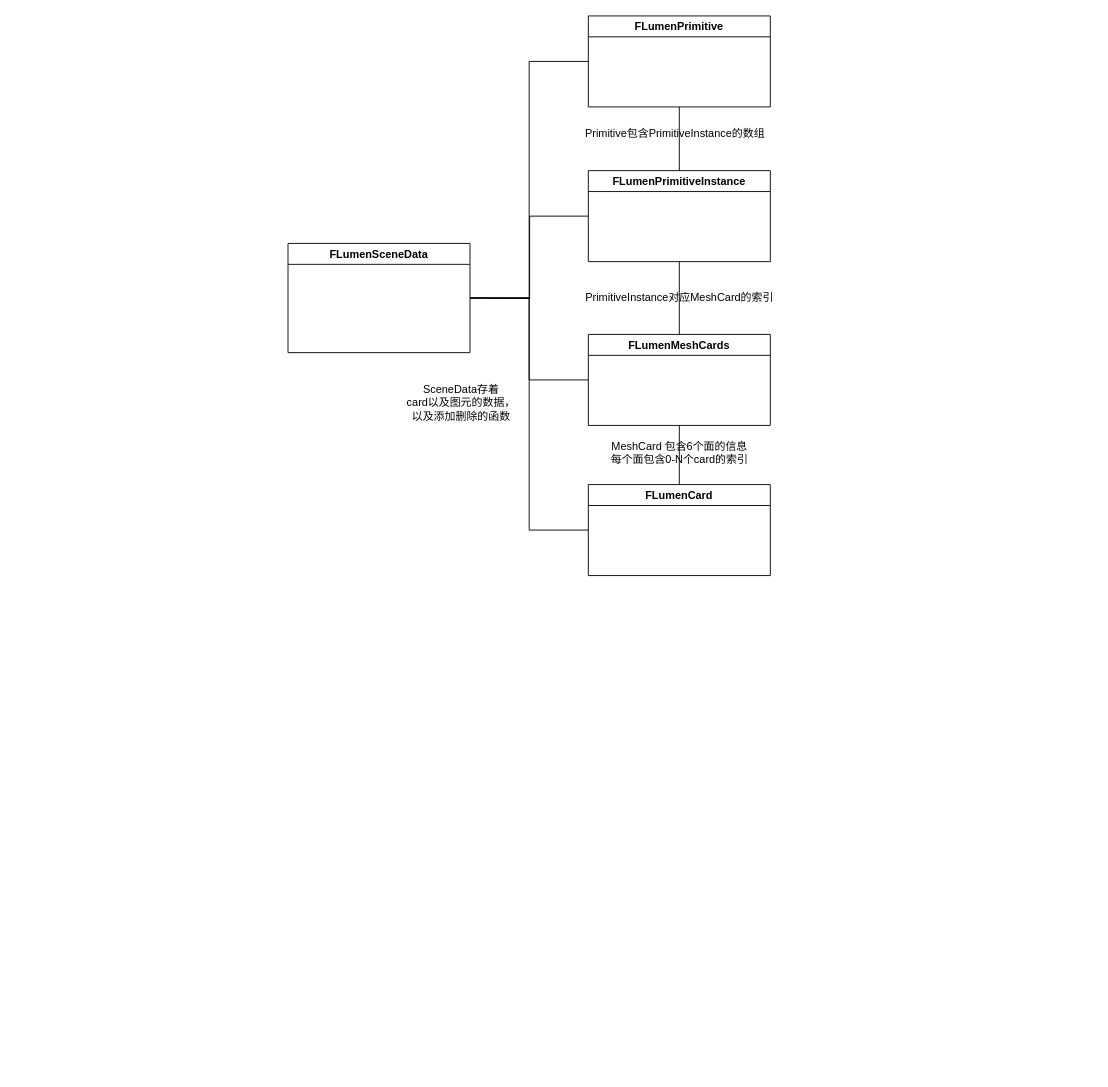
Before: lumen.drawio in kevin3134/learningGameEngine, a draw.io diagram. Source tidied: cells renumbered, new cells numbered last; positions are measured from the earlier drawing's top-left corner, leaving out a move shared by most shapes. Both pictures are drawn from the tidied source at 91%, with x=0, y=0 at pixel (288, 15).
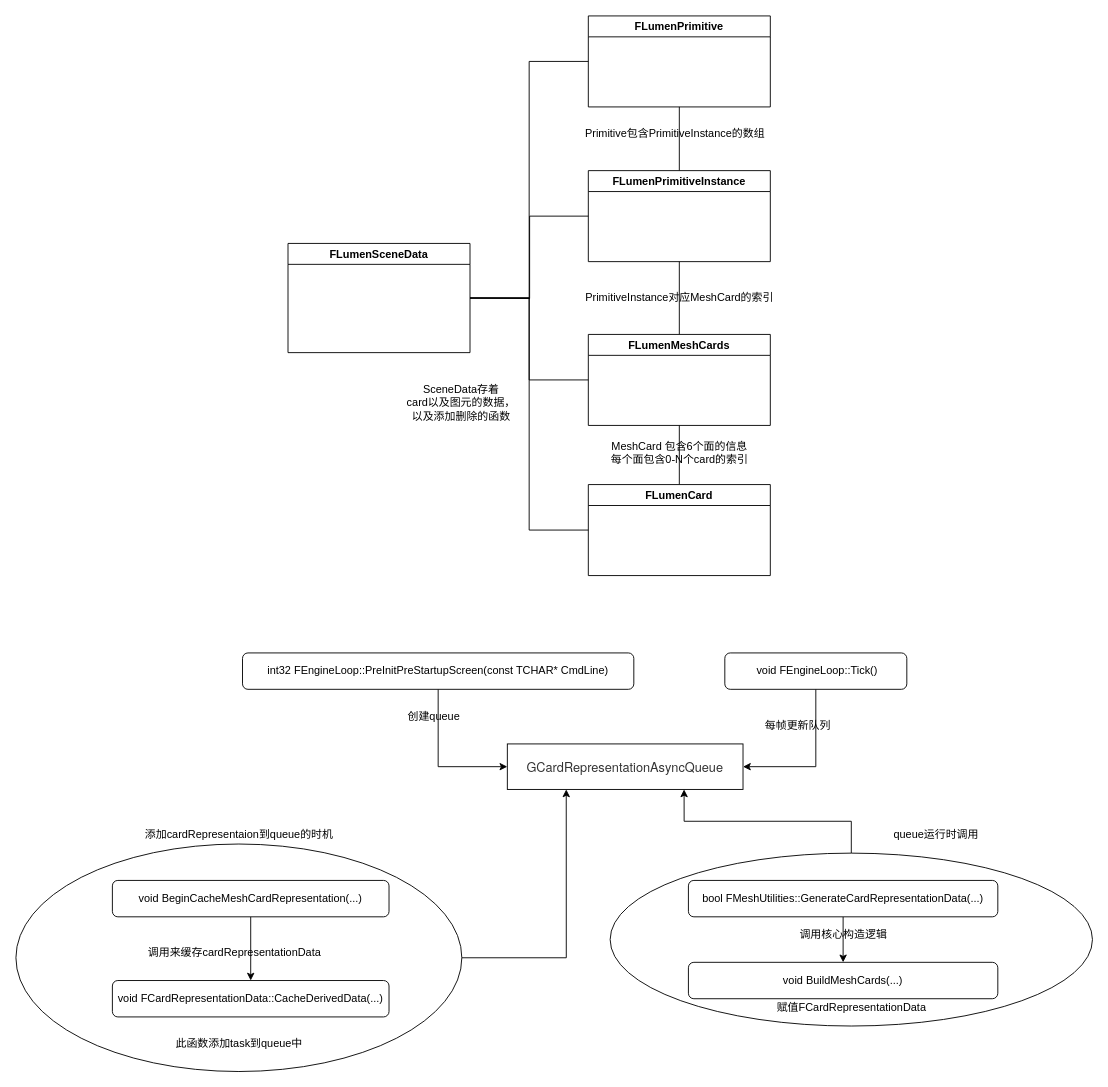
After the change.

Change to the diagram source:
```diff
@@
+    <mxCell id="18" style="edgeStyle=orthogonalEdgeStyle;rounded=0;jettySize=auto;html=1;exitX=0.5;exitY=0;exitDx=0;exitDy=0;entryX=0.75;entryY=1;entryDx=0;entryDy=0;endArrow=classic;endFill=1;" parent="1" edge="1" source="19" target="22">
+      <mxGeometry relative="1" as="geometry" />
+    </mxCell>
+    <mxCell id="19" style="ellipse;whiteSpace=wrap;html=1;" parent="1" vertex="1">
+      <mxGeometry x="354" y="920" width="530" height="190" as="geometry" />
+    </mxCell>
+    <mxCell id="20" style="edgeStyle=orthogonalEdgeStyle;rounded=0;jettySize=auto;html=1;exitX=1;exitY=0.5;exitDx=0;exitDy=0;entryX=0.25;entryY=1;entryDx=0;entryDy=0;endArrow=classic;endFill=1;" parent="1" edge="1" source="21" target="22">
+      <mxGeometry relative="1" as="geometry" />
+    </mxCell>
+    <mxCell id="21" style="ellipse;whiteSpace=wrap;html=1;" parent="1" vertex="1">
+      <mxGeometry x="-299" y="910" width="490" height="250" as="geometry" />
+    </mxCell>
@@
+    <mxCell id="22" value="&lt;font color=&quot;#333333&quot; face=&quot;pingfang sc, microsoft yahei, helvetica neue, helvetica, arial, sans-serif&quot;&gt;&lt;span style=&quot;font-size: 14px&quot;&gt;GCardRepresentationAsyncQueue&lt;/span&gt;&lt;/font&gt;" style="rounded=0;whiteSpace=wrap;html=1;" parent="1" vertex="1">
+      <mxGeometry x="241" y="800" width="259" height="50" as="geometry" />
+    </mxCell>
+    <mxCell id="23" style="edgeStyle=orthogonalEdgeStyle;rounded=0;jettySize=auto;html=1;exitX=0.5;exitY=1;exitDx=0;exitDy=0;entryX=0;entryY=0.5;entryDx=0;entryDy=0;endArrow=classic;endFill=1;" parent="1" edge="1" source="24" target="22">
+      <mxGeometry relative="1" as="geometry" />
+    </mxCell>
+    <mxCell id="24" value="int32 FEngineLoop::PreInitPreStartupScreen(const TCHAR* CmdLine)&lt;br&gt;" style="rounded=1;whiteSpace=wrap;html=1;" parent="1" vertex="1">
+      <mxGeometry x="-50" y="700" width="430" height="40" as="geometry" />
+    </mxCell>
+    <mxCell id="25" style="edgeStyle=orthogonalEdgeStyle;rounded=0;jettySize=auto;html=1;exitX=0.5;exitY=1;exitDx=0;exitDy=0;entryX=1;entryY=0.5;entryDx=0;entryDy=0;endArrow=classic;endFill=1;" parent="1" edge="1" source="26" target="22">
+      <mxGeometry relative="1" as="geometry" />
+    </mxCell>
+    <mxCell id="26" value="&amp;nbsp;&lt;span&gt;void FEngineLoop::Tick()&lt;br&gt;&lt;/span&gt;" style="rounded=1;whiteSpace=wrap;html=1;" parent="1" vertex="1">
+      <mxGeometry x="480" y="700" width="200" height="40" as="geometry" />
+    </mxCell>
+    <mxCell id="27" value="创建queue" style="text;html=1;align=center;verticalAlign=middle;strokeColor=none;" parent="1" vertex="1">
+      <mxGeometry x="125" y="760" width="70" height="20" as="geometry" />
+    </mxCell>
+    <mxCell id="28" value="每帧更新队列" style="text;html=1;align=center;verticalAlign=middle;strokeColor=none;" parent="1" vertex="1">
+      <mxGeometry x="515" y="770" width="90" height="20" as="geometry" />
+    </mxCell>
+    <mxCell id="29" style="edgeStyle=orthogonalEdgeStyle;rounded=0;jettySize=auto;html=1;exitX=0.5;exitY=1;exitDx=0;exitDy=0;entryX=0.5;entryY=0;entryDx=0;entryDy=0;endArrow=classic;endFill=1;" parent="1" edge="1" source="30" target="31">
+      <mxGeometry relative="1" as="geometry" />
+    </mxCell>
+    <mxCell id="30" value="void BeginCacheMeshCardRepresentation(...)" style="rounded=1;whiteSpace=wrap;html=1;" parent="1" vertex="1">
+      <mxGeometry x="-193" y="950" width="304" height="40" as="geometry" />
+    </mxCell>
+    <mxCell id="31" value="void FCardRepresentationData::CacheDerivedData(...)" style="rounded=1;whiteSpace=wrap;html=1;" parent="1" vertex="1">
+      <mxGeometry x="-193" y="1060" width="304" height="40" as="geometry" />
+    </mxCell>
+    <mxCell id="32" value="调用来缓存cardRepresentationData" style="text;html=1;align=center;verticalAlign=middle;strokeColor=none;" parent="1" vertex="1">
+      <mxGeometry x="-164" y="1020" width="210" height="20" as="geometry" />
+    </mxCell>
+    <mxCell id="33" value="此函数添加task到queue中" style="text;html=1;align=center;verticalAlign=middle;strokeColor=none;" parent="1" vertex="1">
+      <mxGeometry x="-129" y="1120" width="150" height="20" as="geometry" />
+    </mxCell>
+    <mxCell id="34" value="添加cardRepresentaion到queue的时机" style="text;html=1;align=center;verticalAlign=middle;strokeColor=none;" parent="1" vertex="1">
+      <mxGeometry x="-164" y="890" width="220" height="20" as="geometry" />
+    </mxCell>
+    <mxCell id="35" style="edgeStyle=orthogonalEdgeStyle;rounded=0;jettySize=auto;html=1;exitX=0.5;exitY=1;exitDx=0;exitDy=0;entryX=0.5;entryY=0;entryDx=0;entryDy=0;endArrow=classic;endFill=1;" parent="1" edge="1" source="36" target="37">
+      <mxGeometry relative="1" as="geometry" />
+    </mxCell>
+    <mxCell id="36" value="bool FMeshUtilities::GenerateCardRepresentationData(...)" style="rounded=1;whiteSpace=wrap;html=1;" parent="1" vertex="1">
+      <mxGeometry x="440" y="950" width="340" height="40" as="geometry" />
+    </mxCell>
+    <mxCell id="37" value="void BuildMeshCards(...)" style="rounded=1;whiteSpace=wrap;html=1;" parent="1" vertex="1">
+      <mxGeometry x="440" y="1040" width="340" height="40" as="geometry" />
+    </mxCell>
+    <mxCell id="38" value="调用核心构造逻辑" style="text;html=1;align=center;verticalAlign=middle;strokeColor=none;" parent="1" vertex="1">
+      <mxGeometry x="555" y="1000" width="110" height="20" as="geometry" />
+    </mxCell>
+    <mxCell id="39" value="queue运行时调用" style="text;html=1;align=center;verticalAlign=middle;strokeColor=none;" parent="1" vertex="1">
+      <mxGeometry x="657" y="890" width="110" height="20" as="geometry" />
+    </mxCell>
+    <mxCell id="40" value="赋值FCardRepresentationData" style="text;html=1;align=center;verticalAlign=middle;strokeColor=none;" parent="1" vertex="1">
+      <mxGeometry x="529" y="1080" width="180" height="20" as="geometry" />
+    </mxCell>
```
